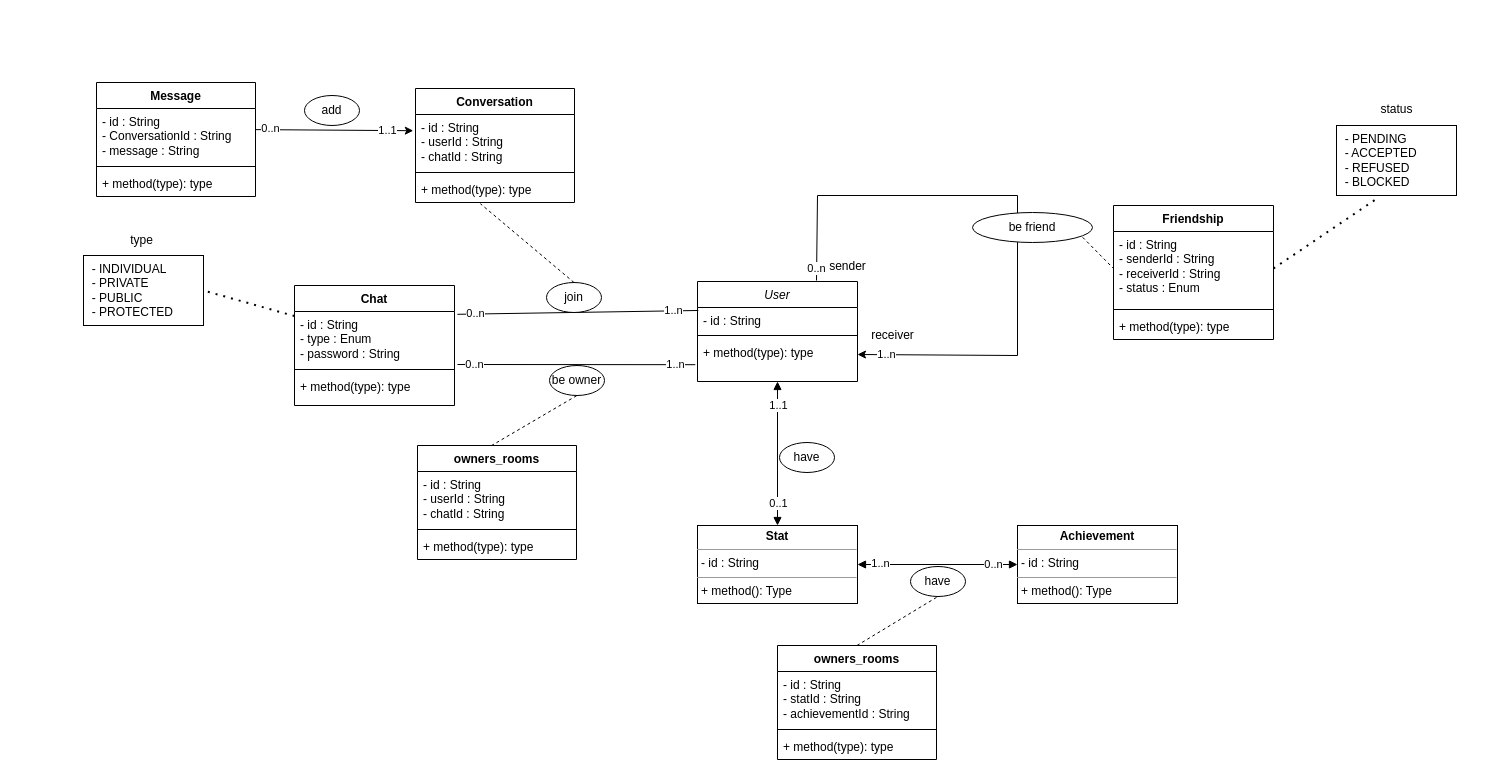
FRAGG33R/whiff-waff keeps this draw.io diagram as class_diagram.drawio. Above is the earlier version. Source tidied: cells renumbered, new cells numbered last; positions are measured from the earlier drawing's top-left corner, leaving out a move shared by most shapes. Both pictures are drawn from the tidied source at 100%, with x=0, y=0 at pixel (83, 82).
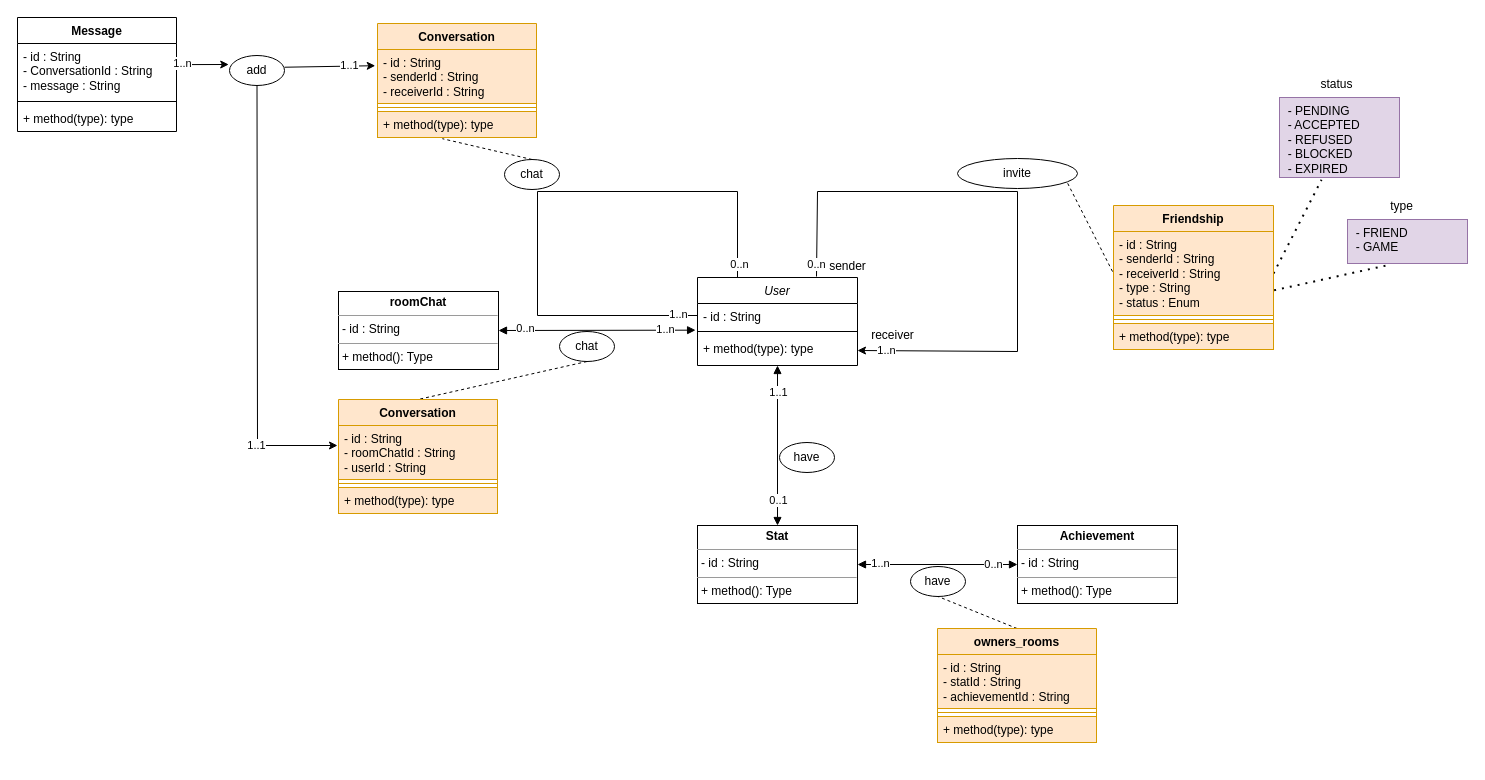
The same diagram, later.

Commit message:
fixe : individual chat and chat rooms

fixe the chat rooms and individual chat:x

Unchanged cells that the change refers to:
```xml
<mxCell id="3" value="- id : String" style="text;align=left;verticalAlign=top;spacingLeft=4;spacingRight=4;overflow=hidden;points=[[0,0.5],[1,0.5]];portConstraint=eastwest;" parent="2" vertex="1">
  <mxGeometry y="26" width="160" height="24" as="geometry" />
</mxCell>
<mxCell id="25" value="- id : String&lt;br&gt;- ConversationId : String&lt;br&gt;- message : String&lt;br&gt;" style="text;strokeColor=none;fillColor=none;align=left;verticalAlign=top;spacingLeft=4;spacingRight=4;overflow=hidden;points=[[0,0.5],[1,0.5]];portConstraint=eastwest;whiteSpace=wrap;html=1;" parent="24" vertex="1">
  <mxGeometry y="26" width="159" height="54" as="geometry" />
</mxCell>
```

Diff of the diagram source:
```diff
@@
     <mxCell id="2" value="User" style="swimlane;fontStyle=2;align=center;verticalAlign=top;horizontal=1;startSize=26;rounded=0;shadow=0;strokeWidth=1;" parent="1" vertex="1">
-      <mxGeometry x="614" y="199" width="160" height="100" as="geometry" />
+      <mxGeometry x="614" y="195" width="160" height="88" as="geometry" />
     </mxCell>
@@
+    <mxCell id="68" style="endArrow=none;html=1;edgeStyle=orthogonalEdgeStyle;rounded=0;entryX=0.25;entryY=0;entryDx=0;entryDy=0;exitX=0;exitY=0.5;exitDx=0;exitDy=0;" parent="2" edge="1" source="3" target="2">
+      <mxGeometry relative="1" as="geometry">
+        <Array as="points">
+          <mxPoint x="-160" y="38" />
+          <mxPoint x="-160" y="-86" />
+          <mxPoint x="40" y="-86" />
+        </Array>
+      </mxGeometry>
+    </mxCell>
+    <mxCell id="69" value="0..n" style="edgeLabel;html=1;align=center;verticalAlign=middle;" parent="68" vertex="1">
+      <mxGeometry x="0.95" y="1" relative="1" as="geometry" />
+    </mxCell>
+    <mxCell id="70" value="1..n" style="edgeLabel;html=1;align=center;verticalAlign=middle;" parent="68" vertex="1">
+      <mxGeometry x="-0.93" y="-2" relative="1" as="geometry" />
+    </mxCell>
@@
-    <mxCell id="10" value="be friend" style="ellipse;whiteSpace=wrap;html=1;" parent="1" vertex="1">
-      <mxGeometry x="889" y="130" width="120" height="30" as="geometry" />
+    <mxCell id="10" value="invite" style="ellipse;whiteSpace=wrap;html=1;" parent="1" vertex="1">
+      <mxGeometry x="874" y="76" width="120" height="30" as="geometry" />
     </mxCell>
-    <mxCell id="11" value="&amp;nbsp; - PENDING&lt;br&gt;&amp;nbsp; - ACCEPTED&lt;br&gt;&amp;nbsp; - REFUSED&lt;br&gt;&amp;nbsp; - BLOCKED" style="whiteSpace=wrap;html=1;align=left;verticalAlign=top;" parent="1" vertex="1">
-      <mxGeometry x="1253" y="43" width="120" height="70" as="geometry" />
+    <mxCell id="11" value="&amp;nbsp; - PENDING&lt;br&gt;&amp;nbsp; - ACCEPTED&lt;br&gt;&amp;nbsp; - REFUSED&lt;br&gt;&amp;nbsp; - BLOCKED&lt;br&gt;&amp;nbsp; - EXPIRED" style="whiteSpace=wrap;html=1;align=left;verticalAlign=top;fillColor=#e1d5e7;strokeColor=#9673a6;" parent="1" vertex="1">
+      <mxGeometry x="1196" y="15" width="120" height="80" as="geometry" />
     </mxCell>
@@
     <mxCell id="13" value="status" style="text;html=1;align=center;verticalAlign=middle;strokeColor=none;fillColor=none;" parent="1" vertex="1">
-      <mxGeometry x="1283" y="12" width="60" height="30" as="geometry" />
+      <mxGeometry x="1223" y="-13" width="60" height="30" as="geometry" />
     </mxCell>
@@
-    <mxCell id="16" value="Friendship" style="swimlane;fontStyle=1;align=center;verticalAlign=top;horizontal=1;startSize=26;whiteSpace=wrap;html=1;" parent="1" vertex="1">
-      <mxGeometry x="1030" y="123" width="160" height="134" as="geometry" />
+    <mxCell id="16" value="Friendship" style="swimlane;fontStyle=1;align=center;verticalAlign=top;horizontal=1;startSize=26;whiteSpace=wrap;html=1;fillColor=#ffe6cc;strokeColor=#d79b00;" parent="1" vertex="1">
+      <mxGeometry x="1030" y="123" width="160" height="144" as="geometry" />
     </mxCell>
-    <mxCell id="17" value="- id : String&lt;br&gt;- senderId : String&lt;br&gt;- receiverId : String&lt;br&gt;- status : Enum" style="text;strokeColor=none;fillColor=none;align=left;verticalAlign=top;spacingLeft=4;spacingRight=4;overflow=hidden;points=[[0,0.5],[1,0.5]];portConstraint=eastwest;whiteSpace=wrap;html=1;" parent="16" vertex="1">
-      <mxGeometry y="26" width="160" height="74" as="geometry" />
+    <mxCell id="17" value="- id : String&lt;br&gt;- senderId : String&lt;br&gt;- receiverId : String&lt;br&gt;- type : String&lt;br&gt;- status : Enum" style="text;strokeColor=#d79b00;fillColor=#ffe6cc;align=left;verticalAlign=top;spacingLeft=4;spacingRight=4;overflow=hidden;points=[[0,0.5],[1,0.5]];portConstraint=eastwest;whiteSpace=wrap;html=1;" parent="16" vertex="1">
+      <mxGeometry y="26" width="160" height="84" as="geometry" />
     </mxCell>
     <mxCell id="18" style="line;strokeWidth=1;fillColor=none;align=left;verticalAlign=middle;spacingTop=-1;spacingLeft=3;spacingRight=3;labelPosition=right;strokeColor=inherit;" parent="16" vertex="1">
-      <mxGeometry y="100" width="160" height="8" as="geometry" />
+      <mxGeometry y="110" width="160" height="8" as="geometry" />
     </mxCell>
-    <mxCell id="19" value="+ method(type): type" style="text;strokeColor=none;fillColor=none;align=left;verticalAlign=top;spacingLeft=4;spacingRight=4;overflow=hidden;whiteSpace=wrap;html=1;" parent="16" vertex="1">
-      <mxGeometry y="108" width="160" height="26" as="geometry" />
+    <mxCell id="19" value="+ method(type): type" style="text;strokeColor=#d79b00;fillColor=#ffe6cc;align=left;verticalAlign=top;spacingLeft=4;spacingRight=4;overflow=hidden;whiteSpace=wrap;html=1;" parent="16" vertex="1">
+      <mxGeometry y="118" width="160" height="26" as="geometry" />
     </mxCell>
-    <mxCell id="20" value="Chat" style="swimlane;fontStyle=1;align=center;verticalAlign=top;horizontal=1;startSize=26;whiteSpace=wrap;html=1;" parent="1" vertex="1">
-      <mxGeometry x="211" y="203" width="160" height="120" as="geometry" />
-    </mxCell>
-    <mxCell id="21" value="- id : String&lt;br&gt;- type : Enum&lt;br&gt;- password : String" style="text;strokeColor=none;fillColor=none;align=left;verticalAlign=top;spacingLeft=4;spacingRight=4;overflow=hidden;points=[[0,0.5],[1,0.5]];portConstraint=eastwest;whiteSpace=wrap;html=1;" parent="20" vertex="1">
-      <mxGeometry y="26" width="160" height="54" as="geometry" />
-    </mxCell>
-    <mxCell id="22" style="line;strokeWidth=1;fillColor=none;align=left;verticalAlign=middle;spacingTop=-1;spacingLeft=3;spacingRight=3;labelPosition=right;strokeColor=inherit;" parent="20" vertex="1">
-      <mxGeometry y="80" width="160" height="8" as="geometry" />
-    </mxCell>
-    <mxCell id="23" value="+ method(type): type" style="text;strokeColor=none;fillColor=none;align=left;verticalAlign=top;spacingLeft=4;spacingRight=4;overflow=hidden;whiteSpace=wrap;html=1;" parent="20" vertex="1">
-      <mxGeometry y="88" width="160" height="32" as="geometry" />
-    </mxCell>
     <mxCell id="24" value="Message" style="swimlane;fontStyle=1;align=center;verticalAlign=top;horizontal=1;startSize=26;whiteSpace=wrap;html=1;" parent="1" vertex="1">
-      <mxGeometry x="13" width="159" height="114" as="geometry" />
+      <mxGeometry x="-66" y="-65" width="159" height="114" as="geometry" />
     </mxCell>
@@
-    <mxCell id="28" style="endArrow=none;html=1;rounded=0;entryX=0.005;entryY=0.124;entryDx=0;entryDy=0;exitX=1.018;exitY=0.052;exitDx=0;exitDy=0;exitPerimeter=0;entryPerimeter=0;" parent="1" edge="1" source="21" target="3">
-      <mxGeometry relative="1" as="geometry" />
-    </mxCell>
-    <mxCell id="29" value="1..n" style="edgeLabel;html=1;align=center;verticalAlign=middle;" parent="28" vertex="1">
-      <mxGeometry x="0.82" relative="1" as="geometry">
-        <mxPoint x="-3" y="-1" as="offset" />
-      </mxGeometry>
-    </mxCell>
-    <mxCell id="30" value="0..n" style="edgeLabel;html=1;align=center;verticalAlign=middle;" parent="28" vertex="1">
-      <mxGeometry x="-0.88" y="2" relative="1" as="geometry">
-        <mxPoint x="4" y="1" as="offset" />
-      </mxGeometry>
-    </mxCell>
-    <mxCell id="31" value="join" style="ellipse;whiteSpace=wrap;html=1;" parent="1" vertex="1">
-      <mxGeometry x="463" y="200" width="55" height="30" as="geometry" />
-    </mxCell>
-    <mxCell id="32" style="endArrow=none;dashed=1;html=1;rounded=0;entryX=0.408;entryY=1.046;entryDx=0;entryDy=0;entryPerimeter=0;exitX=0.5;exitY=0;exitDx=0;exitDy=0;" parent="1" edge="1" source="31" target="36">
+    <mxCell id="32" style="endArrow=none;dashed=1;html=1;rounded=0;entryX=0.408;entryY=1.046;entryDx=0;entryDy=0;entryPerimeter=0;exitX=0.5;exitY=0;exitDx=0;exitDy=0;" parent="1" edge="1" source="77" target="36">
       <mxGeometry relative="1" as="geometry" />
     </mxCell>
-    <mxCell id="33" value="Conversation" style="swimlane;fontStyle=1;align=center;verticalAlign=top;horizontal=1;startSize=26;whiteSpace=wrap;html=1;" parent="1" vertex="1">
-      <mxGeometry x="332" y="6" width="159" height="114" as="geometry" />
+    <mxCell id="33" value="Conversation" style="swimlane;fontStyle=1;align=center;verticalAlign=top;horizontal=1;startSize=26;whiteSpace=wrap;html=1;fillColor=#ffe6cc;strokeColor=#d79b00;" parent="1" vertex="1">
+      <mxGeometry x="294" y="-59" width="159" height="114" as="geometry" />
     </mxCell>
-    <mxCell id="34" value="- id : String&lt;br&gt;- userId : String&lt;br&gt;- chatId : String" style="text;strokeColor=none;fillColor=none;align=left;verticalAlign=top;spacingLeft=4;spacingRight=4;overflow=hidden;points=[[0,0.5],[1,0.5]];portConstraint=eastwest;whiteSpace=wrap;html=1;" parent="33" vertex="1">
+    <mxCell id="34" value="- id : String&lt;br&gt;- senderId : String&lt;br&gt;- receiverId : String" style="text;strokeColor=#d79b00;fillColor=#ffe6cc;align=left;verticalAlign=top;spacingLeft=4;spacingRight=4;overflow=hidden;points=[[0,0.5],[1,0.5]];portConstraint=eastwest;whiteSpace=wrap;html=1;" parent="33" vertex="1">
       <mxGeometry y="26" width="159" height="54" as="geometry" />
     </mxCell>
@@
-    <mxCell id="36" value="+ method(type): type" style="text;strokeColor=none;fillColor=none;align=left;verticalAlign=top;spacingLeft=4;spacingRight=4;overflow=hidden;points=[[0,0.5],[1,0.5]];portConstraint=eastwest;whiteSpace=wrap;html=1;" parent="33" vertex="1">
+    <mxCell id="36" value="+ method(type): type" style="text;strokeColor=#d79b00;fillColor=#ffe6cc;align=left;verticalAlign=top;spacingLeft=4;spacingRight=4;overflow=hidden;points=[[0,0.5],[1,0.5]];portConstraint=eastwest;whiteSpace=wrap;html=1;" parent="33" vertex="1">
       <mxGeometry y="88" width="159" height="26" as="geometry" />
     </mxCell>
-    <mxCell id="37" style="endArrow=classic;html=1;rounded=0;exitX=1;exitY=0.391;exitDx=0;exitDy=0;exitPerimeter=0;entryX=-0.014;entryY=0.3;entryDx=0;entryDy=0;entryPerimeter=0;" parent="1" edge="1" source="25" target="34">
+    <mxCell id="37" style="endArrow=classic;html=1;rounded=0;exitX=1;exitY=0.391;exitDx=0;exitDy=0;exitPerimeter=0;entryX=-0.014;entryY=0.3;entryDx=0;entryDy=0;entryPerimeter=0;" parent="1" edge="1" source="40" target="34">
       <mxGeometry relative="1" as="geometry" />
     </mxCell>
-    <mxCell id="38" value="0..n" style="edgeLabel;html=1;align=center;verticalAlign=middle;" parent="37" vertex="1">
-      <mxGeometry x="-0.85" y="1" relative="1" as="geometry">
-        <mxPoint x="2" y="-1" as="offset" />
-      </mxGeometry>
-    </mxCell>
     <mxCell id="39" value="1..1" style="edgeLabel;html=1;align=center;verticalAlign=middle;" parent="37" vertex="1">
       <mxGeometry x="0.69" y="-1" relative="1" as="geometry">
-        <mxPoint x="-1" y="-2" as="offset" />
+        <mxPoint x="-13" y="-2" as="offset" />
       </mxGeometry>
     </mxCell>
-    <mxCell id="40" value="add" style="ellipse;whiteSpace=wrap;html=1;" parent="1" vertex="1">
-      <mxGeometry x="221" y="13" width="55" height="30" as="geometry" />
-    </mxCell>
-    <mxCell id="41" value="&amp;nbsp; - INDIVIDUAL&lt;br&gt;&amp;nbsp; - PRIVATE&lt;br&gt;&amp;nbsp; - PUBLIC&lt;br&gt;&amp;nbsp; - PROTECTED" style="whiteSpace=wrap;html=1;align=left;verticalAlign=top;" parent="1" vertex="1">
-      <mxGeometry y="173" width="120" height="70" as="geometry" />
-    </mxCell>
-    <mxCell id="42" style="endArrow=none;dashed=1;html=1;dashPattern=1 3;strokeWidth=2;rounded=0;entryX=1;entryY=0.5;entryDx=0;entryDy=0;" parent="1" edge="1" source="21" target="41">
-      <mxGeometry relative="1" as="geometry" />
-    </mxCell>
-    <mxCell id="43" value="type" style="text;html=1;align=center;verticalAlign=middle;strokeColor=none;fillColor=none;" parent="1" vertex="1">
-      <mxGeometry x="32.5" y="143" width="50" height="30" as="geometry" />
-    </mxCell>
-    <mxCell id="44" style="endArrow=none;dashed=1;html=1;rounded=0;exitX=0.464;exitY=0.002;exitDx=0;exitDy=0;exitPerimeter=0;entryX=0.5;entryY=1;entryDx=0;entryDy=0;" parent="1" edge="1" source="45" target="49">
-      <mxGeometry relative="1" as="geometry" />
-    </mxCell>
-    <mxCell id="45" value="owners_rooms" style="swimlane;fontStyle=1;align=center;verticalAlign=top;horizontal=1;startSize=26;whiteSpace=wrap;html=1;" parent="1" vertex="1">
-      <mxGeometry x="334" y="363" width="159" height="114" as="geometry" />
-    </mxCell>
-    <mxCell id="46" value="- id : String&lt;br&gt;- userId : String&lt;br&gt;- chatId : String" style="text;strokeColor=none;fillColor=none;align=left;verticalAlign=top;spacingLeft=4;spacingRight=4;overflow=hidden;whiteSpace=wrap;html=1;" parent="45" vertex="1">
-      <mxGeometry y="26" width="159" height="54" as="geometry" />
-    </mxCell>
-    <mxCell id="47" style="line;strokeWidth=1;fillColor=none;align=left;verticalAlign=middle;spacingTop=-1;spacingLeft=3;spacingRight=3;labelPosition=right;strokeColor=inherit;" parent="45" vertex="1">
-      <mxGeometry y="80" width="159" height="8" as="geometry" />
-    </mxCell>
-    <mxCell id="48" value="+ method(type): type" style="text;strokeColor=none;fillColor=none;align=left;verticalAlign=top;spacingLeft=4;spacingRight=4;overflow=hidden;whiteSpace=wrap;html=1;" parent="45" vertex="1">
-      <mxGeometry y="88" width="159" height="26" as="geometry" />
-    </mxCell>
-    <mxCell id="49" value="be owner" style="ellipse;whiteSpace=wrap;html=1;" parent="1" vertex="1">
-      <mxGeometry x="466" y="283" width="55" height="30" as="geometry" />
-    </mxCell>
-    <mxCell id="50" style="endArrow=none;html=1;edgeStyle=orthogonalEdgeStyle;rounded=0;entryX=-0.014;entryY=0.773;entryDx=0;entryDy=0;entryPerimeter=0;" parent="1" edge="1">
-      <mxGeometry relative="1" as="geometry">
-        <mxPoint x="374" y="282" as="sourcePoint" />
-        <mxPoint x="611.8" y="282.2" as="targetPoint" />
-        <Array as="points">
-          <mxPoint x="374" y="282" />
-        </Array>
-      </mxGeometry>
-    </mxCell>
-    <mxCell id="51" value="0..n" style="edgeLabel;html=1;align=center;verticalAlign=middle;" parent="50" vertex="1">
-      <mxGeometry x="-0.92" relative="1" as="geometry">
-        <mxPoint x="7" y="-1" as="offset" />
-      </mxGeometry>
-    </mxCell>
-    <mxCell id="52" value="1..n" style="edgeLabel;html=1;align=center;verticalAlign=middle;" parent="50" vertex="1">
-      <mxGeometry x="0.83" relative="1" as="geometry">
-        <mxPoint y="-1" as="offset" />
-      </mxGeometry>
-    </mxCell>
@@
-    <mxCell id="64" value="owners_rooms" style="swimlane;fontStyle=1;align=center;verticalAlign=top;horizontal=1;startSize=26;whiteSpace=wrap;html=1;" parent="1" vertex="1">
-      <mxGeometry x="694" y="563" width="159" height="114" as="geometry" />
+    <mxCell id="64" value="owners_rooms" style="swimlane;fontStyle=1;align=center;verticalAlign=top;horizontal=1;startSize=26;whiteSpace=wrap;html=1;fillColor=#ffe6cc;strokeColor=#d79b00;" parent="1" vertex="1">
+      <mxGeometry x="854" y="546" width="159" height="114" as="geometry" />
     </mxCell>
-    <mxCell id="65" value="- id : String&lt;br&gt;- statId : String&lt;br&gt;- achievementId : String" style="text;strokeColor=none;fillColor=none;align=left;verticalAlign=top;spacingLeft=4;spacingRight=4;overflow=hidden;whiteSpace=wrap;html=1;" parent="64" vertex="1">
+    <mxCell id="65" value="- id : String&lt;br&gt;- statId : String&lt;br&gt;- achievementId : String" style="text;strokeColor=#d79b00;fillColor=#ffe6cc;align=left;verticalAlign=top;spacingLeft=4;spacingRight=4;overflow=hidden;whiteSpace=wrap;html=1;" parent="64" vertex="1">
       <mxGeometry y="26" width="159" height="54" as="geometry" />
     </mxCell>
@@
-    <mxCell id="67" value="+ method(type): type" style="text;strokeColor=none;fillColor=none;align=left;verticalAlign=top;spacingLeft=4;spacingRight=4;overflow=hidden;whiteSpace=wrap;html=1;" parent="64" vertex="1">
+    <mxCell id="67" value="+ method(type): type" style="text;strokeColor=#d79b00;fillColor=#ffe6cc;align=left;verticalAlign=top;spacingLeft=4;spacingRight=4;overflow=hidden;whiteSpace=wrap;html=1;" parent="64" vertex="1">
       <mxGeometry y="88" width="159" height="26" as="geometry" />
     </mxCell>
+    <mxCell id="71" value="&amp;nbsp; - FRIEND&lt;br&gt;&amp;nbsp; - GAME" style="whiteSpace=wrap;html=1;align=left;verticalAlign=top;fillColor=#e1d5e7;strokeColor=#9673a6;" parent="1" vertex="1">
+      <mxGeometry x="1264" y="137" width="120" height="44" as="geometry" />
+    </mxCell>
+    <mxCell id="72" style="endArrow=none;dashed=1;html=1;dashPattern=1 3;strokeWidth=2;rounded=0;entryX=0.35;entryY=1.029;entryDx=0;entryDy=0;entryPerimeter=0;exitX=1.004;exitY=0.7;exitDx=0;exitDy=0;exitPerimeter=0;" parent="1" edge="1" source="17" target="71">
+      <mxGeometry relative="1" as="geometry" />
+    </mxCell>
+    <mxCell id="43" value="type" style="text;html=1;align=center;verticalAlign=middle;strokeColor=none;fillColor=none;" parent="1" vertex="1">
+      <mxGeometry x="1293" y="109" width="50" height="30" as="geometry" />
+    </mxCell>
+    <mxCell id="73" value="&lt;p style=&quot;margin:0px;margin-top:4px;text-align:center;&quot;&gt;&lt;b&gt;roomChat&lt;/b&gt;&lt;/p&gt;&lt;hr size=&quot;1&quot;&gt;&lt;p style=&quot;margin:0px;margin-left:4px;&quot;&gt;- id : String&lt;/p&gt;&lt;hr size=&quot;1&quot;&gt;&lt;p style=&quot;margin:0px;margin-left:4px;&quot;&gt;+ method(): Type&lt;/p&gt;" style="verticalAlign=top;align=left;overflow=fill;fontSize=12;fontFamily=Helvetica;html=1;whiteSpace=wrap;" parent="1" vertex="1">
+      <mxGeometry x="255" y="209" width="160" height="78" as="geometry" />
+    </mxCell>
+    <mxCell id="74" style="endArrow=block;startArrow=block;endFill=1;startFill=1;html=1;rounded=0;entryX=-0.012;entryY=1.111;entryDx=0;entryDy=0;exitX=1;exitY=0.5;exitDx=0;exitDy=0;entryPerimeter=0;" parent="1" edge="1" source="73" target="3">
+      <mxGeometry relative="1" as="geometry" />
+    </mxCell>
+    <mxCell id="75" value="1..n" style="edgeLabel;html=1;align=center;verticalAlign=middle;" parent="74" vertex="1">
+      <mxGeometry x="0.69" relative="1" as="geometry">
+        <mxPoint y="-1" as="offset" />
+      </mxGeometry>
+    </mxCell>
+    <mxCell id="76" value="0..n" style="edgeLabel;html=1;align=center;verticalAlign=middle;" parent="74" vertex="1">
+      <mxGeometry x="-0.73" relative="1" as="geometry">
+        <mxPoint y="-2" as="offset" />
+      </mxGeometry>
+    </mxCell>
+    <mxCell id="77" value="chat" style="ellipse;whiteSpace=wrap;html=1;" parent="1" vertex="1">
+      <mxGeometry x="421" y="77" width="55" height="30" as="geometry" />
+    </mxCell>
+    <mxCell id="78" value="chat" style="ellipse;whiteSpace=wrap;html=1;" parent="1" vertex="1">
+      <mxGeometry x="476" y="249" width="55" height="30" as="geometry" />
+    </mxCell>
+    <mxCell id="79" style="endArrow=none;dashed=1;html=1;rounded=0;exitX=0.5;exitY=1;exitDx=0;exitDy=0;entryX=0.5;entryY=0;entryDx=0;entryDy=0;" parent="1" edge="1" source="78" target="80">
+      <mxGeometry relative="1" as="geometry" />
+    </mxCell>
+    <mxCell id="80" value="Conversation" style="swimlane;fontStyle=1;align=center;verticalAlign=top;horizontal=1;startSize=26;whiteSpace=wrap;html=1;fillColor=#ffe6cc;strokeColor=#d79b00;" parent="1" vertex="1">
+      <mxGeometry x="255" y="317" width="159" height="114" as="geometry" />
+    </mxCell>
+    <mxCell id="81" value="- id : String&lt;br&gt;- roomChatId : String&lt;br&gt;- userId : String" style="text;strokeColor=#d79b00;fillColor=#ffe6cc;align=left;verticalAlign=top;spacingLeft=4;spacingRight=4;overflow=hidden;whiteSpace=wrap;html=1;" parent="80" vertex="1">
+      <mxGeometry y="26" width="159" height="54" as="geometry" />
+    </mxCell>
+    <mxCell id="47" style="line;strokeWidth=1;fillColor=none;align=left;verticalAlign=middle;spacingTop=-1;spacingLeft=3;spacingRight=3;labelPosition=right;strokeColor=inherit;" parent="80" vertex="1">
+      <mxGeometry y="80" width="159" height="8" as="geometry" />
+    </mxCell>
+    <mxCell id="82" value="+ method(type): type" style="text;strokeColor=#d79b00;fillColor=#ffe6cc;align=left;verticalAlign=top;spacingLeft=4;spacingRight=4;overflow=hidden;whiteSpace=wrap;html=1;" parent="80" vertex="1">
+      <mxGeometry y="88" width="159" height="26" as="geometry" />
+    </mxCell>
+    <mxCell id="83" style="endArrow=classic;html=1;rounded=0;exitX=1;exitY=0.391;exitDx=0;exitDy=0;exitPerimeter=0;entryX=-0.014;entryY=0.3;entryDx=0;entryDy=0;entryPerimeter=0;" parent="1" edge="1" source="25" target="40">
+      <mxGeometry relative="1" as="geometry" />
+    </mxCell>
+    <mxCell id="84" value="1..n" style="edgeLabel;html=1;align=center;verticalAlign=middle;" parent="83" vertex="1">
+      <mxGeometry x="-0.85" y="1" relative="1" as="geometry">
+        <mxPoint x="2" y="-1" as="offset" />
+      </mxGeometry>
+    </mxCell>
+    <mxCell id="40" value="add" style="ellipse;whiteSpace=wrap;html=1;" parent="1" vertex="1">
+      <mxGeometry x="146" y="-27" width="55" height="30" as="geometry" />
+    </mxCell>
+    <mxCell id="85" style="endArrow=classic;html=1;rounded=0;exitX=0.5;exitY=1;exitDx=0;exitDy=0;" parent="1" edge="1" source="40">
+      <mxGeometry relative="1" as="geometry">
+        <mxPoint x="254" y="363" as="targetPoint" />
+        <Array as="points">
+          <mxPoint x="174" y="363" />
+        </Array>
+      </mxGeometry>
+    </mxCell>
+    <mxCell id="86" value="1..1" style="edgeLabel;html=1;align=center;verticalAlign=middle;" parent="85" vertex="1">
+      <mxGeometry x="0.69" y="-1" relative="1" as="geometry">
+        <mxPoint x="-13" y="-2" as="offset" />
+      </mxGeometry>
+    </mxCell>
```
